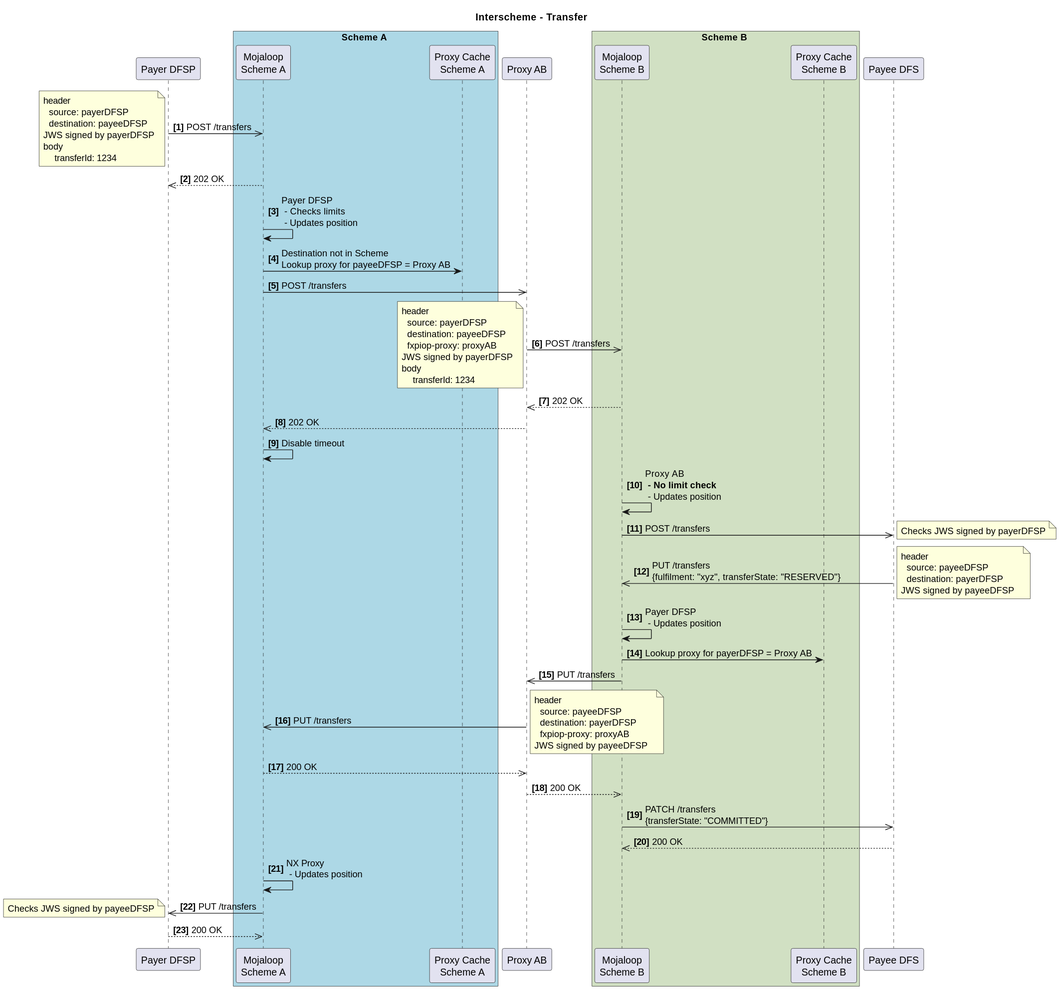
Above: docs/fr/product/features/Interscheme/Interscheme-Transfer.svg in mojaloop/documentation (PlantUML), before the change. Its source is kept beside it as docs/fr/product/features/Interscheme/Interscheme-Transfer.plantuml.
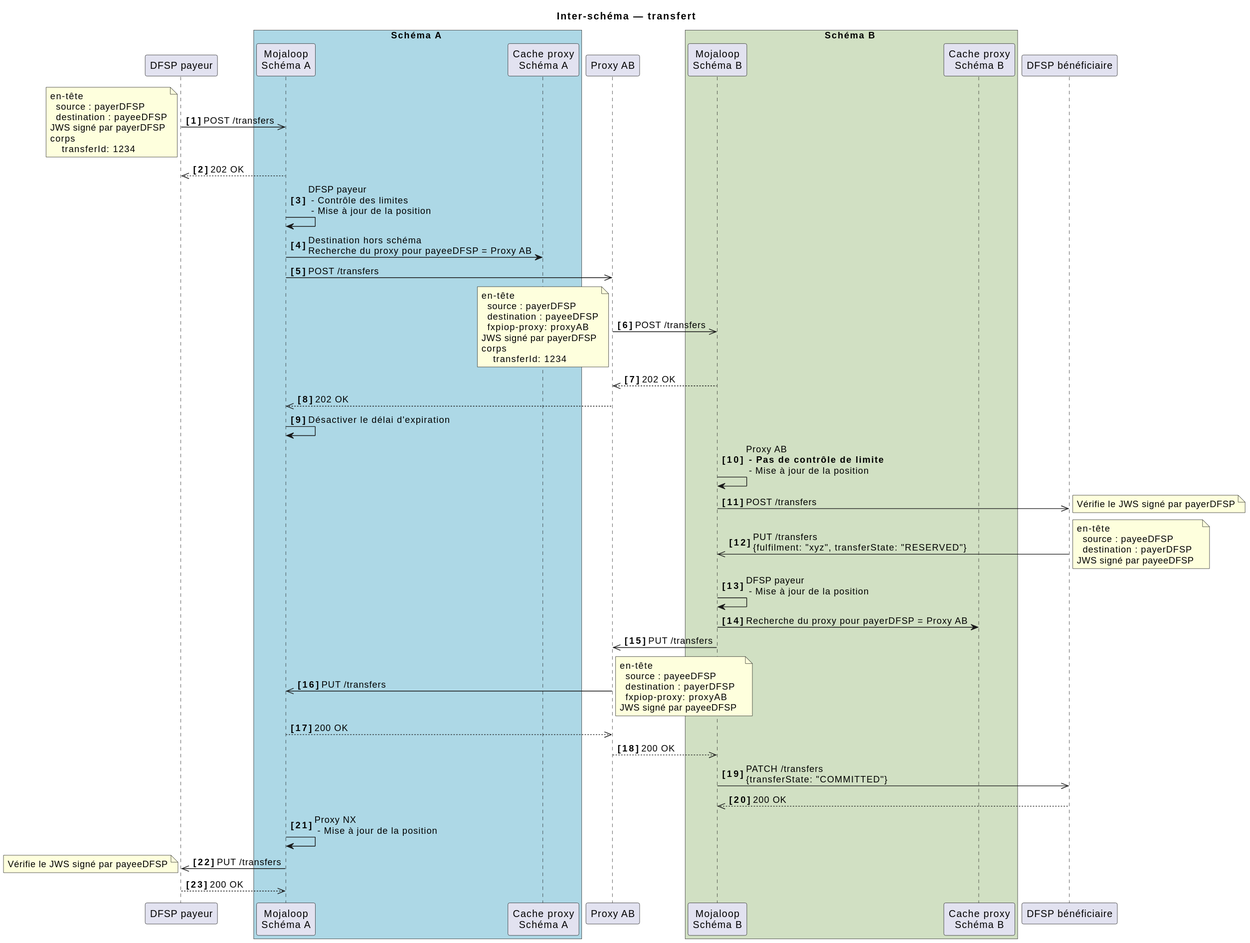
After the change.

The edit, as a diff of the source:
```diff
@@ -1,79 +1,79 @@
 @startuml Interscheme-Transfer
 
-title Interscheme - Transfer
+title Inter-schéma — transfert
 
-participant "Payer DFSP" as payerDFSP
-box Scheme A #LightBlue
-  participant "Mojaloop\nScheme A" as schemeA
-  participant "Proxy Cache\nScheme A" as pc_A
+participant "DFSP payeur" as payerDFSP
+box Schéma A #LightBlue
+  participant "Mojaloop\nSchéma A" as schemeA
+  participant "Cache proxy\nSchéma A" as pc_A
 end box
 participant "Proxy AB" as xnp
-box Scheme B #d1e0c3
-  participant "Mojaloop\nScheme B" as schemeB
-  participant "Proxy Cache\nScheme B" as pc_B
+box Schéma B #d1e0c3
+  participant "Mojaloop\nSchéma B" as schemeB
+  participant "Cache proxy\nSchéma B" as pc_B
 end box
-participant "Payee DFS" as payeeDFSP
+participant "DFSP bénéficiaire" as payeeDFSP
 
 autonumber 1 "<b>[0]"
 
 payerDFSP ->> schemeA: POST /transfers
 note left
-header
-  source: payerDFSP
-  destination: payeeDFSP
-JWS signed by payerDFSP
-body
+en-tête
+  source : payerDFSP
+  destination : payeeDFSP
+JWS signé par payerDFSP
+corps
     transferId: 1234
 end note
 schemeA -->> payerDFSP: 202 OK
-schemeA -> schemeA: Payer DFSP\n - Checks limits\n - Updates position
-schemeA -> pc_A: Destination not in Scheme\nLookup proxy for payeeDFSP = Proxy AB
+schemeA -> schemeA: DFSP payeur\n - Contrôle des limites\n - Mise à jour de la position
+schemeA -> pc_A: Destination hors schéma\nRecherche du proxy pour payeeDFSP = Proxy AB
 schemeA ->> xnp: POST /transfers
 xnp ->> schemeB: POST /transfers
 note left
-header
-  source: payerDFSP
-  destination: payeeDFSP
+en-tête
+  source : payerDFSP
+  destination : payeeDFSP
   fxpiop-proxy: proxyAB
-JWS signed by payerDFSP
-body
+JWS signé par payerDFSP
+corps
     transferId: 1234
 end note
 schemeB -->> xnp: 202 OK
 xnp -->> schemeA: 202 OK
-schemeA -> schemeA: Disable timeout
+schemeA -> schemeA: Désactiver le délai d'expiration
 
-schemeB -> schemeB: Proxy AB\n **- No limit check**\n - Updates position
+schemeB -> schemeB: Proxy AB\n **- Pas de contrôle de limite**\n - Mise à jour de la position
 schemeB->>payeeDFSP: POST /transfers
 note right
-Checks JWS signed by payerDFSP
+Vérifie le JWS signé par payerDFSP
 end note
 payeeDFSP->>schemeB: PUT /transfers \n{fulfilment: "xyz", transferState: "RESERVED"}
 note right
-header
-  source: payeeDFSP
-  destination: payerDFSP
-JWS signed by payeeDFSP
+en-tête
+  source : payeeDFSP
+  destination : payerDFSP
+JWS signé par payeeDFSP
 end note
-schemeB -> schemeB: Payer DFSP\n - Updates position
-schemeB -> pc_B: Lookup proxy for payerDFSP = Proxy AB
+schemeB -> schemeB: DFSP payeur\n - Mise à jour de la position
+schemeB -> pc_B: Recherche du proxy pour payerDFSP = Proxy AB
 schemeB->>xnp: PUT /transfers
 xnp->>schemeA: PUT /transfers
 note right
-header
-  source: payeeDFSP
-  destination: payerDFSP
+en-tête
+  source : payeeDFSP
+  destination : payerDFSP
   fxpiop-proxy: proxyAB
-JWS signed by payeeDFSP
+JWS signé par payeeDFSP
 end note
 schemeA-->>xnp: 200 OK
 xnp-->>schemeB: 200 OK
 schemeB->>payeeDFSP: PATCH /transfers \n{transferState: "COMMITTED"}
 payeeDFSP-->>schemeB: 200 OK
-schemeA -> schemeA: NX Proxy\n - Updates position
+schemeA -> schemeA: Proxy NX\n - Mise à jour de la position
 schemeA->>payerDFSP: PUT /transfers
 note left
-Checks JWS signed by payeeDFSP
+Vérifie le JWS signé par payeeDFSP
 end note
 payerDFSP -->> schemeA: 200 OK
 
```
